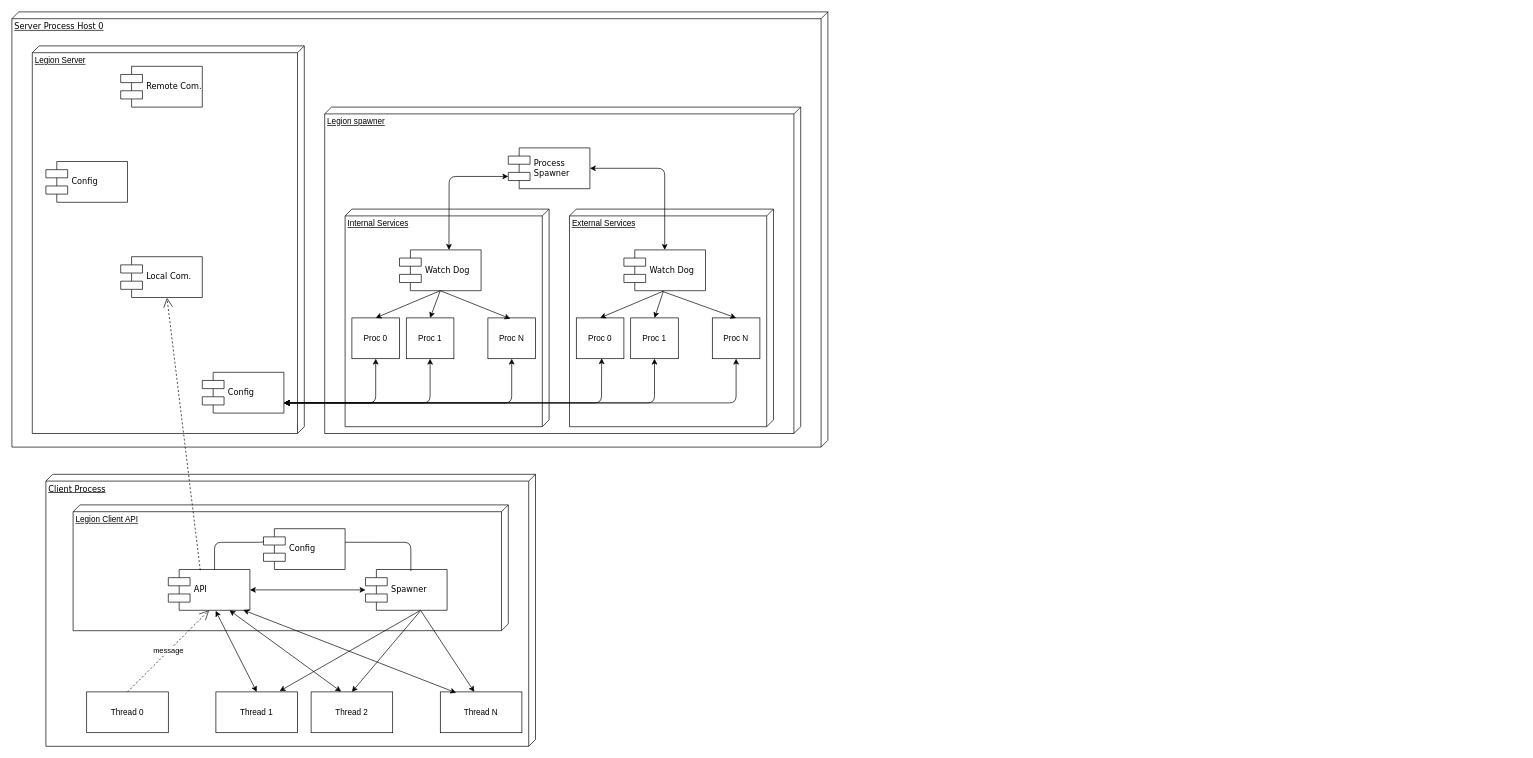
Earlier version of the draw.io diagram basic_idea.drawio (exchangelegion/legion). Source tidied: cells renumbered, new cells numbered last; positions are measured from the earlier drawing's top-left corner, leaving out a move shared by most shapes. Both pictures are drawn from the tidied source at 68%, with x=0, y=0 at pixel (12, 12).
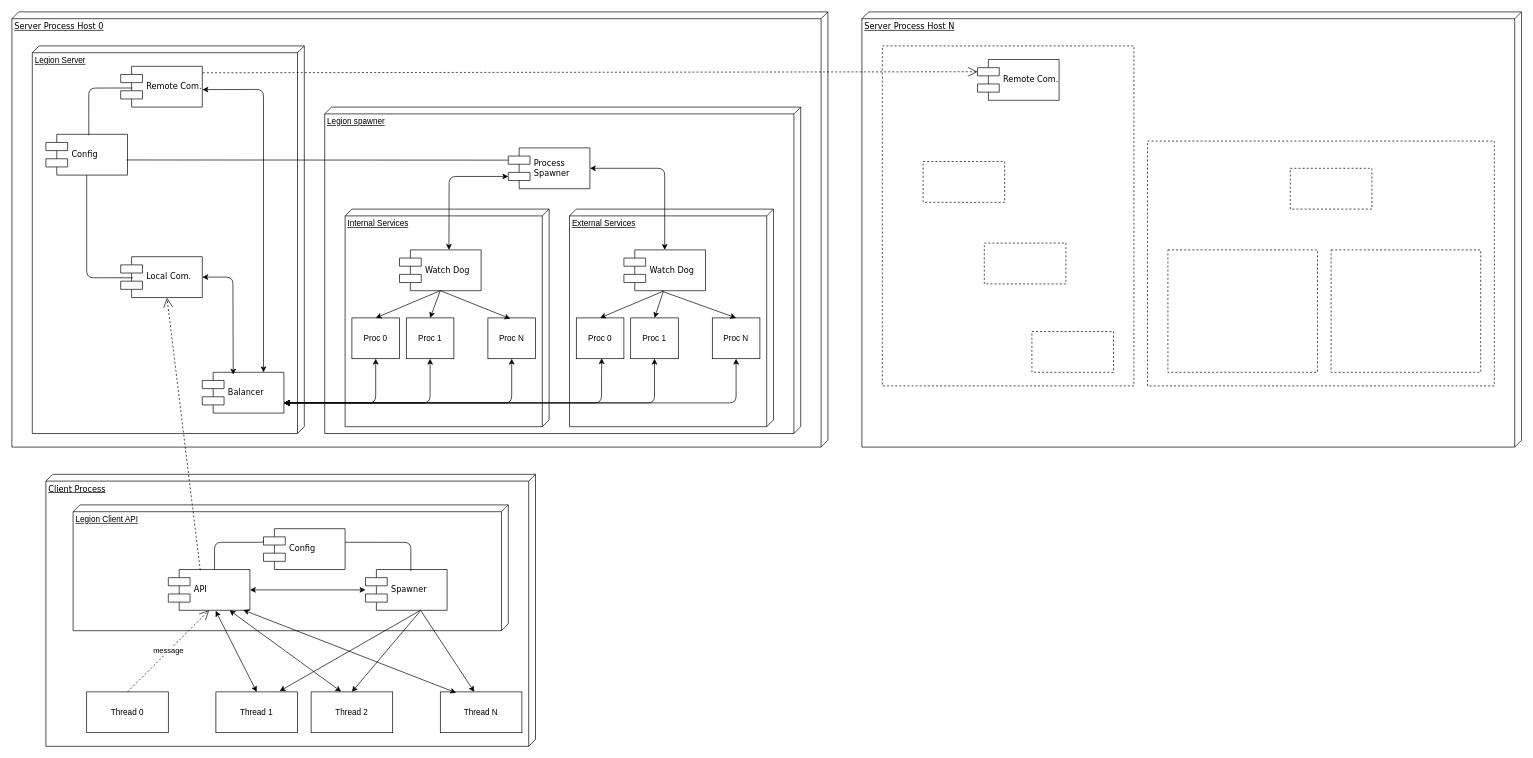
Above is the later version.

Unchanged cells that the change refers to:
```xml
<mxCell id="6" value="Local Com." style="shape=component;align=left;spacingLeft=36;rounded=0;shadow=0;comic=0;labelBackgroundColor=none;strokeWidth=1;fontFamily=Verdana;fontSize=12;html=1;" parent="1" vertex="1">
  <mxGeometry x="160" y="360" width="120" height="60" as="geometry" />
</mxCell>
<mxCell id="26" value="Remote Com." style="shape=component;align=left;spacingLeft=36;rounded=0;shadow=0;comic=0;labelBackgroundColor=none;strokeWidth=1;fontFamily=Verdana;fontSize=12;html=1;" parent="1" vertex="1">
  <mxGeometry x="160" y="80" width="120" height="60" as="geometry" />
</mxCell>
<mxCell id="37" value="&lt;div&gt;Process&lt;/div&gt;&lt;div&gt;Spawner&lt;/div&gt;" style="shape=component;align=left;spacingLeft=36;rounded=0;shadow=0;comic=0;labelBackgroundColor=none;strokeWidth=1;fontFamily=Verdana;fontSize=12;html=1;" parent="1" vertex="1">
  <mxGeometry x="730" y="200" width="120" height="60" as="geometry" />
</mxCell>
```

Diff of the diagram source:
```diff
@@
+    <mxCell id="54" value="Server Process Host N" style="verticalAlign=top;align=left;spacingTop=8;spacingLeft=2;spacingRight=12;shape=cube;size=10;direction=south;fontStyle=4;html=1;rounded=0;shadow=0;comic=0;labelBackgroundColor=none;strokeWidth=1;fontFamily=Verdana;fontSize=12;" parent="1" vertex="1">
+      <mxGeometry x="1250" width="970" height="640" as="geometry" />
+    </mxCell>
+    <mxCell id="55" style="rounded=0;whiteSpace=wrap;html=1;dashed=1;" parent="1" vertex="1">
+      <mxGeometry x="1280" y="50" width="370" height="500" as="geometry" />
+    </mxCell>
@@
     <mxCell id="25" value="Config" style="shape=component;align=left;spacingLeft=36;rounded=0;shadow=0;comic=0;labelBackgroundColor=none;strokeWidth=1;fontFamily=Verdana;fontSize=12;html=1;" parent="1" vertex="1">
-      <mxGeometry x="50" y="220" width="120" height="60" as="geometry" />
+      <mxGeometry x="50" y="180" width="120" height="60" as="geometry" />
     </mxCell>
@@
-    <mxCell id="36" value="Config" style="shape=component;align=left;spacingLeft=36;rounded=0;shadow=0;comic=0;labelBackgroundColor=none;strokeWidth=1;fontFamily=Verdana;fontSize=12;html=1;" parent="1" vertex="1">
+    <mxCell id="36" value="Balancer" style="shape=component;align=left;spacingLeft=36;rounded=0;shadow=0;comic=0;labelBackgroundColor=none;strokeWidth=1;fontFamily=Verdana;fontSize=12;html=1;" parent="1" vertex="1">
       <mxGeometry x="280" y="530" width="120" height="60" as="geometry" />
     </mxCell>
@@
+    <mxCell id="56" style="endArrow=classic;startArrow=classic;html=1;exitX=1.002;exitY=0.571;exitDx=0;exitDy=0;exitPerimeter=0;entryX=0.75;entryY=0;entryDx=0;entryDy=0;" parent="1" edge="1" source="26" target="36">
+      <mxGeometry relative="1" as="geometry">
+        <Array as="points">
+          <mxPoint x="370" y="114" />
+        </Array>
+      </mxGeometry>
+    </mxCell>
+    <mxCell id="57" style="endArrow=classic;startArrow=classic;html=1;entryX=0.379;entryY=0.056;entryDx=0;entryDy=0;entryPerimeter=0;" parent="1" edge="1" target="36">
+      <mxGeometry relative="1" as="geometry">
+        <mxPoint x="280" y="390" as="sourcePoint" />
+        <Array as="points">
+          <mxPoint x="325" y="390" />
+        </Array>
+      </mxGeometry>
+    </mxCell>
+    <mxCell id="58" style="endArrow=none;html=1;entryX=0;entryY=0.3;entryDx=0;entryDy=0;exitX=0.987;exitY=0.629;exitDx=0;exitDy=0;exitPerimeter=0;" parent="1" edge="1" source="25" target="37">
+      <mxGeometry relative="1" as="geometry" />
+    </mxCell>
+    <mxCell id="59" style="endArrow=open;endSize=12;dashed=1;html=1;exitX=1.006;exitY=0.159;exitDx=0;exitDy=0;exitPerimeter=0;entryX=0;entryY=0.3;entryDx=0;entryDy=0;" parent="1" edge="1" source="26" target="60">
+      <mxGeometry relative="1" as="geometry" />
+    </mxCell>
+    <mxCell id="60" value="Remote Com." style="shape=component;align=left;spacingLeft=36;rounded=0;shadow=0;comic=0;labelBackgroundColor=none;strokeWidth=1;fontFamily=Verdana;fontSize=12;html=1;" parent="1" vertex="1">
+      <mxGeometry x="1420" y="70" width="120" height="60" as="geometry" />
+    </mxCell>
+    <mxCell id="61" style="rounded=0;whiteSpace=wrap;html=1;dashed=1;" parent="1" vertex="1">
+      <mxGeometry x="1670" y="190" width="510" height="360" as="geometry" />
+    </mxCell>
+    <mxCell id="62" style="rounded=0;whiteSpace=wrap;html=1;dashed=1;" parent="1" vertex="1">
+      <mxGeometry x="1340" y="220" width="120" height="60" as="geometry" />
+    </mxCell>
+    <mxCell id="63" style="rounded=0;whiteSpace=wrap;html=1;dashed=1;" parent="1" vertex="1">
+      <mxGeometry x="1430" y="340" width="120" height="60" as="geometry" />
+    </mxCell>
+    <mxCell id="64" style="rounded=0;whiteSpace=wrap;html=1;dashed=1;" parent="1" vertex="1">
+      <mxGeometry x="1500" y="470" width="120" height="60" as="geometry" />
+    </mxCell>
+    <mxCell id="65" style="rounded=0;whiteSpace=wrap;html=1;dashed=1;" parent="1" vertex="1">
+      <mxGeometry x="1880" y="230" width="120" height="60" as="geometry" />
+    </mxCell>
+    <mxCell id="66" style="rounded=0;whiteSpace=wrap;html=1;dashed=1;" parent="1" vertex="1">
+      <mxGeometry x="1700" y="350" width="220" height="180" as="geometry" />
+    </mxCell>
+    <mxCell id="67" style="rounded=0;whiteSpace=wrap;html=1;dashed=1;" parent="1" vertex="1">
+      <mxGeometry x="1940" y="350" width="220" height="180" as="geometry" />
+    </mxCell>
+    <mxCell id="68" style="endArrow=none;html=1;entryX=0.141;entryY=0.532;entryDx=0;entryDy=0;entryPerimeter=0;exitX=0.526;exitY=0.024;exitDx=0;exitDy=0;exitPerimeter=0;" parent="1" edge="1" source="25" target="26">
+      <mxGeometry relative="1" as="geometry">
+        <Array as="points">
+          <mxPoint x="113" y="112" />
+        </Array>
+      </mxGeometry>
+    </mxCell>
+    <mxCell id="69" style="endArrow=none;html=1;entryX=0.5;entryY=1;entryDx=0;entryDy=0;exitX=0.149;exitY=0.516;exitDx=0;exitDy=0;exitPerimeter=0;" parent="1" edge="1" source="6" target="25">
+      <mxGeometry relative="1" as="geometry">
+        <Array as="points">
+          <mxPoint x="110" y="391" />
+        </Array>
+      </mxGeometry>
+    </mxCell>
```
